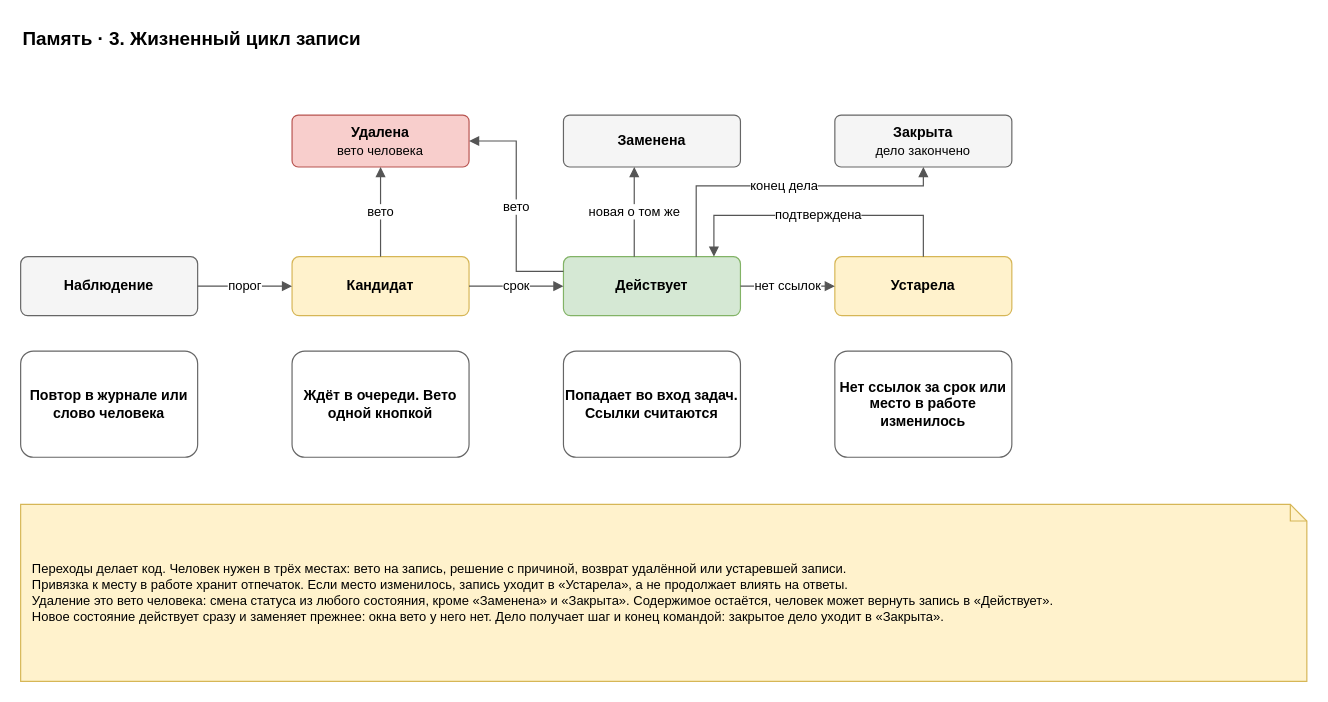
Before: page "3. Жизненный цикл" (3 of 7) of docs/spec/harness-memory.drawio in roygkov/reins, a draw.io diagram. Source tidied: cells renumbered, new cells numbered last; positions are measured from the earlier drawing's top-left corner, leaving out a move shared by most shapes. Both pictures are drawn from the tidied source at 118%, with x=0, y=0 at pixel (20, 20).
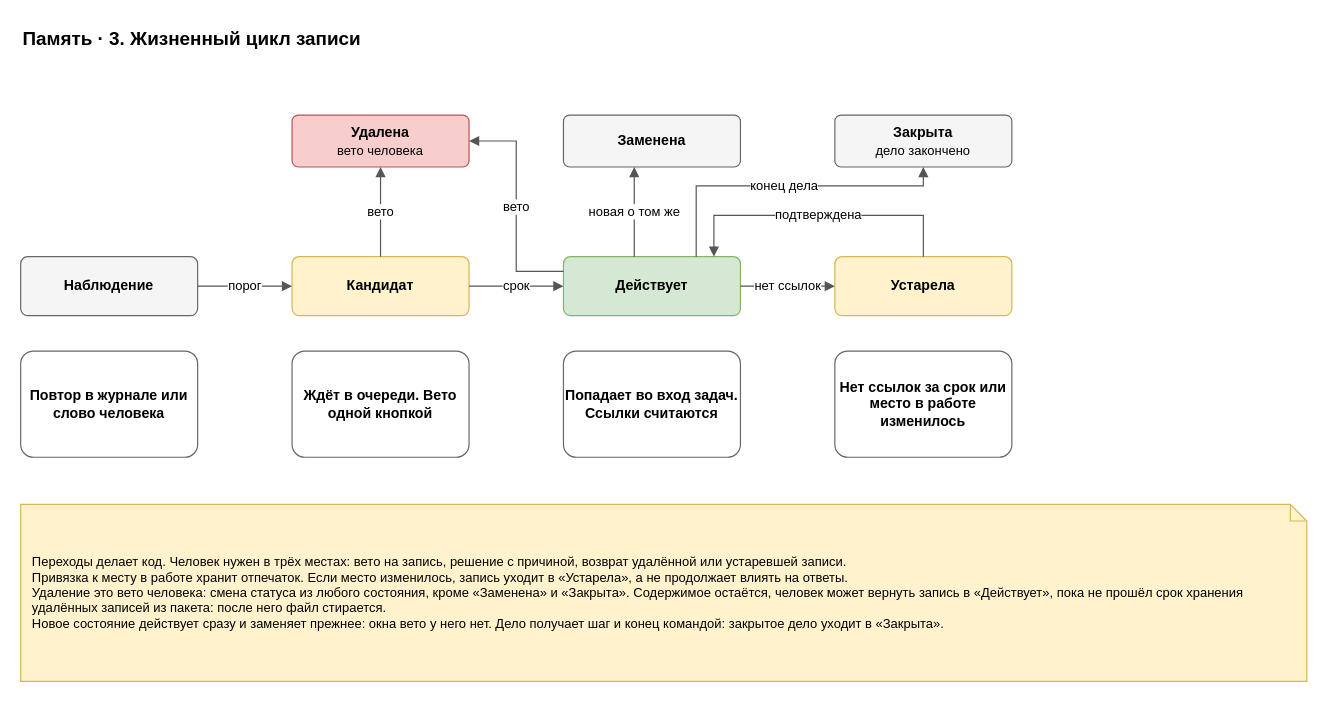
After the change.

What changed in the source:
```diff
@@
-    <mxCell id="22" value="Переходы делает код. Человек нужен в трёх местах: вето на запись, решение с причиной, возврат удалённой или устаревшей записи.&lt;br&gt;Привязка к месту в работе хранит отпечаток. Если место изменилось, запись уходит в «Устарела», а не продолжает влиять на ответы.&lt;br&gt;Удаление это вето человека: смена статуса из любого состояния, кроме «Заменена» и «Закрыта». Содержимое остаётся, человек может вернуть запись в «Действует».&lt;br&gt;Новое состояние действует сразу и заменяет прежнее: окна вето у него нет. Дело получает шаг и конец командой: закрытое дело уходит в «Закрыта»." style="shape=note;whiteSpace=wrap;html=1;backgroundOutline=1;size=14;fillColor=#fff2cc;strokeColor=#d6b656;align=left;spacingLeft=8;spacingRight=8;fontSize=11;" parent="1" vertex="1">
+    <mxCell id="22" value="Переходы делает код. Человек нужен в трёх местах: вето на запись, решение с причиной, возврат удалённой или устаревшей записи.&lt;br&gt;Привязка к месту в работе хранит отпечаток. Если место изменилось, запись уходит в «Устарела», а не продолжает влиять на ответы.&lt;br&gt;Удаление это вето человека: смена статуса из любого состояния, кроме «Заменена» и «Закрыта». Содержимое остаётся, человек может вернуть запись в «Действует», пока не прошёл срок хранения удалённых записей из пакета: после него файл стирается.&lt;br&gt;Новое состояние действует сразу и заменяет прежнее: окна вето у него нет. Дело получает шаг и конец командой: закрытое дело уходит в «Закрыта»." style="shape=note;whiteSpace=wrap;html=1;backgroundOutline=1;size=14;fillColor=#fff2cc;strokeColor=#d6b656;align=left;spacingLeft=8;spacingRight=8;fontSize=11;" parent="1" vertex="1">
       <mxGeometry y="410" width="1090" height="150" as="geometry" />
     </mxCell>
```
